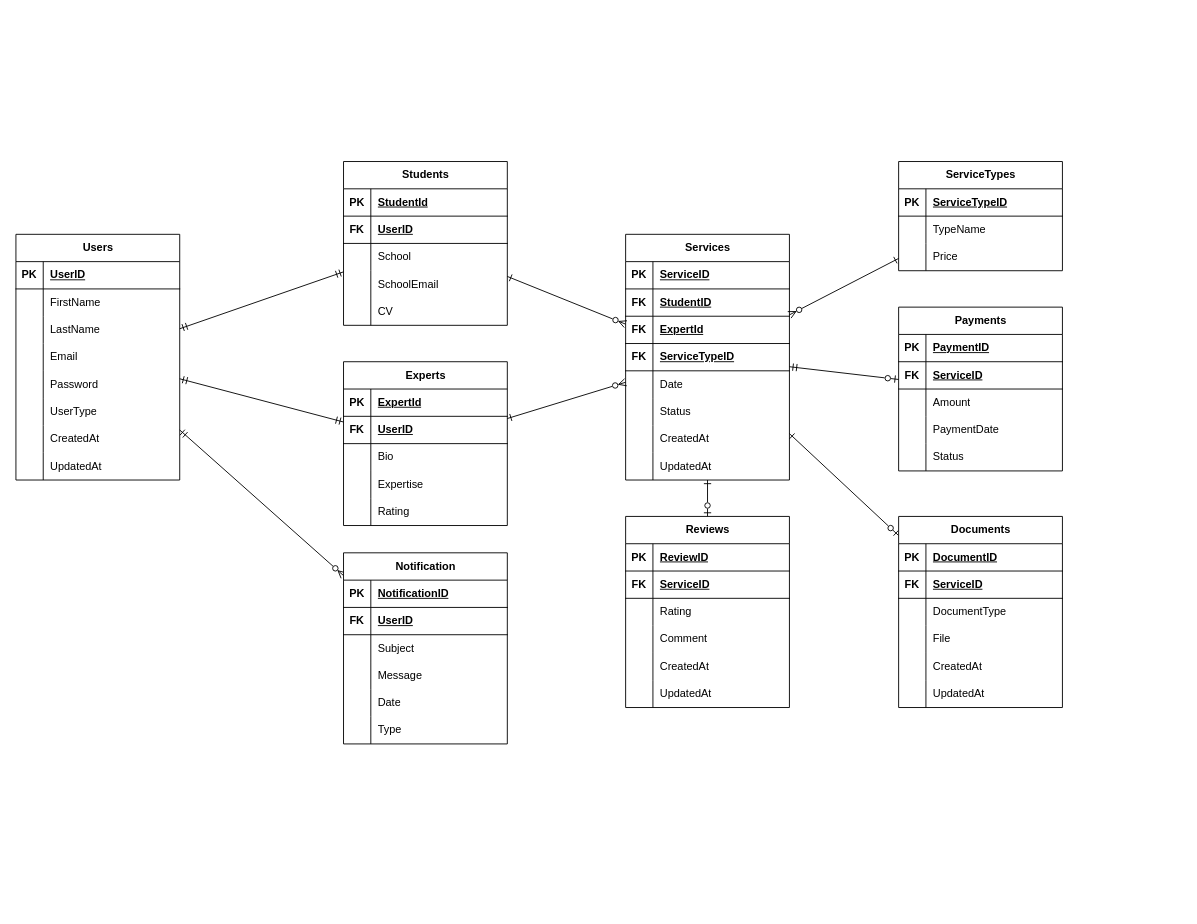
This is ERD.drawio from tamir-cqu/COIT20272, a draw.io file, before an edit. Source tidied: cells renumbered, new cells numbered last; positions are measured from the earlier drawing's top-left corner, leaving out a move shared by most shapes. Both pictures are drawn from the tidied source at 91%, with x=0, y=0 at pixel (15, 161).
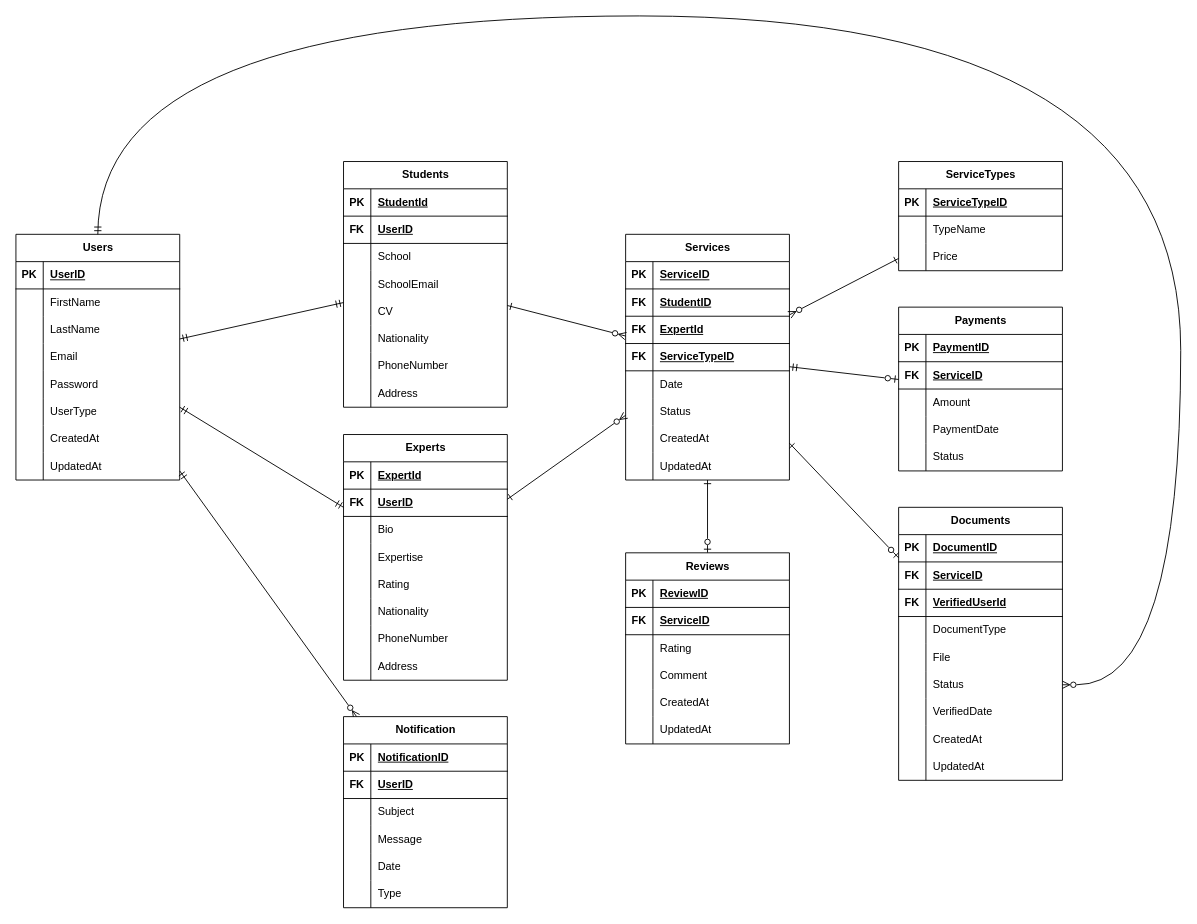
The same page after the edit.

Unchanged cells that the change refers to:
```xml
<mxCell id="2" value="Users" style="shape=table;startSize=30;childLayout=tableLayout;rowLines=0;fontStyle=1;align=center;html=1;" parent="1" vertex="1">
  <mxGeometry y="80" width="180" height="270" as="geometry" />
</mxCell>
```

What changed in the source:
```diff
@@
     <mxCell id="27" value="Experts" style="shape=table;startSize=30;childLayout=tableLayout;rowLines=0;fontStyle=1;align=center;html=1;" parent="1" vertex="1">
-      <mxGeometry x="360" y="220" width="180" height="180" as="geometry" />
+      <mxGeometry x="360" y="300" width="180" height="270" as="geometry" />
     </mxCell>
@@
+    <mxCell id="176" style="shape=tableRow;horizontal=0;startSize=0;swimlaneHead=0;swimlaneBody=0;fillColor=none;top=0;left=0;right=0;bottom=0;" parent="27" vertex="1">
+      <mxGeometry y="180" width="180" height="30" as="geometry" />
+    </mxCell>
+    <mxCell id="177" style="shape=partialRectangle;fillColor=none;top=0;left=0;bottom=0;right=0;overflow=hidden;whiteSpace=wrap;html=1;" parent="176" vertex="1">
+      <mxGeometry width="30" height="30" as="geometry" />
+    </mxCell>
+    <mxCell id="178" value="Nationality" style="shape=partialRectangle;fillColor=none;top=0;left=0;bottom=0;right=0;align=left;spacingLeft=6;overflow=hidden;whiteSpace=wrap;html=1;" parent="176" vertex="1">
+      <mxGeometry x="30" width="150" height="30" as="geometry" />
+    </mxCell>
+    <mxCell id="179" style="shape=tableRow;horizontal=0;startSize=0;swimlaneHead=0;swimlaneBody=0;fillColor=none;top=0;left=0;right=0;bottom=0;" parent="27" vertex="1">
+      <mxGeometry y="210" width="180" height="30" as="geometry" />
+    </mxCell>
+    <mxCell id="180" style="shape=partialRectangle;fillColor=none;top=0;left=0;bottom=0;right=0;overflow=hidden;whiteSpace=wrap;html=1;" parent="179" vertex="1">
+      <mxGeometry width="30" height="30" as="geometry" />
+    </mxCell>
+    <mxCell id="181" value="PhoneNumber" style="shape=partialRectangle;fillColor=none;top=0;left=0;bottom=0;right=0;align=left;spacingLeft=6;overflow=hidden;whiteSpace=wrap;html=1;" parent="179" vertex="1">
+      <mxGeometry x="30" width="150" height="30" as="geometry" />
+    </mxCell>
+    <mxCell id="182" style="shape=tableRow;horizontal=0;startSize=0;swimlaneHead=0;swimlaneBody=0;fillColor=none;top=0;left=0;right=0;bottom=0;" parent="27" vertex="1">
+      <mxGeometry y="240" width="180" height="30" as="geometry" />
+    </mxCell>
+    <mxCell id="183" style="shape=partialRectangle;fillColor=none;top=0;left=0;bottom=0;right=0;overflow=hidden;whiteSpace=wrap;html=1;" parent="182" vertex="1">
+      <mxGeometry width="30" height="30" as="geometry" />
+    </mxCell>
+    <mxCell id="184" value="Address" style="shape=partialRectangle;fillColor=none;top=0;left=0;bottom=0;right=0;align=left;spacingLeft=6;overflow=hidden;whiteSpace=wrap;html=1;" parent="182" vertex="1">
+      <mxGeometry x="30" width="150" height="30" as="geometry" />
+    </mxCell>
@@
     <mxCell id="45" value="Students" style="shape=table;startSize=30;childLayout=tableLayout;rowLines=0;fontStyle=1;align=center;html=1;" parent="1" vertex="1">
-      <mxGeometry x="360" width="180" height="180" as="geometry" />
+      <mxGeometry x="360" width="180" height="270" as="geometry" />
     </mxCell>
@@
+    <mxCell id="185" style="shape=tableRow;horizontal=0;startSize=0;swimlaneHead=0;swimlaneBody=0;fillColor=none;top=0;left=0;right=0;bottom=0;" parent="45" vertex="1">
+      <mxGeometry y="180" width="180" height="30" as="geometry" />
+    </mxCell>
+    <mxCell id="186" style="shape=partialRectangle;fillColor=none;top=0;left=0;bottom=0;right=0;overflow=hidden;whiteSpace=wrap;html=1;" parent="185" vertex="1">
+      <mxGeometry width="30" height="30" as="geometry" />
+    </mxCell>
+    <mxCell id="187" value="Nationality" style="shape=partialRectangle;fillColor=none;top=0;left=0;bottom=0;right=0;align=left;spacingLeft=6;overflow=hidden;whiteSpace=wrap;html=1;" parent="185" vertex="1">
+      <mxGeometry x="30" width="150" height="30" as="geometry" />
+    </mxCell>
+    <mxCell id="188" style="shape=tableRow;horizontal=0;startSize=0;swimlaneHead=0;swimlaneBody=0;fillColor=none;top=0;left=0;right=0;bottom=0;" parent="45" vertex="1">
+      <mxGeometry y="210" width="180" height="30" as="geometry" />
+    </mxCell>
+    <mxCell id="189" style="shape=partialRectangle;fillColor=none;top=0;left=0;bottom=0;right=0;overflow=hidden;whiteSpace=wrap;html=1;" parent="188" vertex="1">
+      <mxGeometry width="30" height="30" as="geometry" />
+    </mxCell>
+    <mxCell id="190" value="PhoneNumber" style="shape=partialRectangle;fillColor=none;top=0;left=0;bottom=0;right=0;align=left;spacingLeft=6;overflow=hidden;whiteSpace=wrap;html=1;" parent="188" vertex="1">
+      <mxGeometry x="30" width="150" height="30" as="geometry" />
+    </mxCell>
+    <mxCell id="191" style="shape=tableRow;horizontal=0;startSize=0;swimlaneHead=0;swimlaneBody=0;fillColor=none;top=0;left=0;right=0;bottom=0;" parent="45" vertex="1">
+      <mxGeometry y="240" width="180" height="30" as="geometry" />
+    </mxCell>
+    <mxCell id="192" style="shape=partialRectangle;fillColor=none;top=0;left=0;bottom=0;right=0;overflow=hidden;whiteSpace=wrap;html=1;" parent="191" vertex="1">
+      <mxGeometry width="30" height="30" as="geometry" />
+    </mxCell>
+    <mxCell id="193" value="Address" style="shape=partialRectangle;fillColor=none;top=0;left=0;bottom=0;right=0;align=left;spacingLeft=6;overflow=hidden;whiteSpace=wrap;html=1;" parent="191" vertex="1">
+      <mxGeometry x="30" width="150" height="30" as="geometry" />
+    </mxCell>
@@
     <mxCell id="119" value="Notification" style="shape=table;startSize=30;childLayout=tableLayout;rowLines=0;fontStyle=1;align=center;html=1;" parent="1" vertex="1">
-      <mxGeometry x="360" y="430" width="180" height="210" as="geometry" />
+      <mxGeometry x="360" y="610" width="180" height="210" as="geometry" />
     </mxCell>
@@
     <mxCell id="138" value="Reviews" style="shape=table;startSize=30;childLayout=tableLayout;rowLines=0;fontStyle=1;align=center;html=1;" parent="1" vertex="1">
-      <mxGeometry x="670" y="390" width="180" height="210" as="geometry" />
+      <mxGeometry x="670" y="430" width="180" height="210" as="geometry" />
     </mxCell>
@@
     <mxCell id="157" value="Documents" style="shape=table;startSize=30;childLayout=tableLayout;rowLines=0;fontStyle=1;align=center;html=1;" parent="1" vertex="1">
-      <mxGeometry x="970" y="390" width="180" height="210" as="geometry" />
+      <mxGeometry x="970" y="380" width="180" height="300" as="geometry" />
     </mxCell>
@@
+    <mxCell id="194" style="shape=tableRow;horizontal=0;startSize=0;swimlaneHead=0;swimlaneBody=0;fillColor=none;top=0;left=0;right=0;bottom=1;" parent="157" vertex="1">
+      <mxGeometry y="60" width="180" height="30" as="geometry" />
+    </mxCell>
+    <mxCell id="195" value="FK" style="shape=partialRectangle;fillColor=none;top=0;left=0;bottom=0;right=0;fontStyle=1;overflow=hidden;whiteSpace=wrap;html=1;" parent="194" vertex="1">
+      <mxGeometry width="30" height="30" as="geometry" />
+    </mxCell>
+    <mxCell id="196" value="ServiceID" style="shape=partialRectangle;fillColor=none;top=0;left=0;bottom=0;right=0;align=left;spacingLeft=6;fontStyle=5;overflow=hidden;whiteSpace=wrap;html=1;" parent="194" vertex="1">
+      <mxGeometry x="30" width="150" height="30" as="geometry" />
+    </mxCell>
     <mxCell id="161" style="shape=tableRow;horizontal=0;startSize=0;swimlaneHead=0;swimlaneBody=0;fillColor=none;top=0;left=0;right=0;bottom=1;" parent="157" vertex="1">
-      <mxGeometry y="60" width="180" height="30" as="geometry" />
+      <mxGeometry y="90" width="180" height="30" as="geometry" />
     </mxCell>
@@
-    <mxCell id="163" value="ServiceID" style="shape=partialRectangle;fillColor=none;top=0;left=0;bottom=0;right=0;align=left;spacingLeft=6;fontStyle=5;overflow=hidden;whiteSpace=wrap;html=1;" parent="161" vertex="1">
+    <mxCell id="163" value="VerifiedUserId" style="shape=partialRectangle;fillColor=none;top=0;left=0;bottom=0;right=0;align=left;spacingLeft=6;fontStyle=5;overflow=hidden;whiteSpace=wrap;html=1;" parent="161" vertex="1">
       <mxGeometry x="30" width="150" height="30" as="geometry" />
     </mxCell>
     <mxCell id="164" style="shape=tableRow;horizontal=0;startSize=0;swimlaneHead=0;swimlaneBody=0;fillColor=none;top=0;left=0;right=0;bottom=0;" parent="157" vertex="1">
-      <mxGeometry y="90" width="180" height="30" as="geometry" />
+      <mxGeometry y="120" width="180" height="30" as="geometry" />
     </mxCell>
@@
     <mxCell id="167" style="shape=tableRow;horizontal=0;startSize=0;swimlaneHead=0;swimlaneBody=0;fillColor=none;top=0;left=0;right=0;bottom=0;" parent="157" vertex="1">
-      <mxGeometry y="120" width="180" height="30" as="geometry" />
+      <mxGeometry y="150" width="180" height="30" as="geometry" />
     </mxCell>
@@
+    <mxCell id="197" style="shape=tableRow;horizontal=0;startSize=0;swimlaneHead=0;swimlaneBody=0;fillColor=none;points=[[0,0.5],[1,0.5]];portConstraint=eastwest;top=0;left=0;right=0;bottom=0;" parent="157" vertex="1">
+      <mxGeometry y="180" width="180" height="30" as="geometry" />
+    </mxCell>
+    <mxCell id="198" style="shape=partialRectangle;fillColor=none;top=0;left=0;bottom=0;right=0;overflow=hidden;whiteSpace=wrap;html=1;" parent="197" vertex="1">
+      <mxGeometry width="30" height="30" as="geometry" />
+    </mxCell>
+    <mxCell id="199" value="Status" style="shape=partialRectangle;fillColor=none;top=0;left=0;bottom=0;right=0;align=left;spacingLeft=6;overflow=hidden;whiteSpace=wrap;html=1;" parent="197" vertex="1">
+      <mxGeometry x="30" width="150" height="30" as="geometry" />
+    </mxCell>
+    <mxCell id="200" style="shape=tableRow;horizontal=0;startSize=0;swimlaneHead=0;swimlaneBody=0;fillColor=none;top=0;left=0;right=0;bottom=0;" parent="157" vertex="1">
+      <mxGeometry y="210" width="180" height="30" as="geometry" />
+    </mxCell>
+    <mxCell id="201" style="shape=partialRectangle;fillColor=none;top=0;left=0;bottom=0;right=0;overflow=hidden;whiteSpace=wrap;html=1;" parent="200" vertex="1">
+      <mxGeometry width="30" height="30" as="geometry" />
+    </mxCell>
+    <mxCell id="202" value="VerifiedDate" style="shape=partialRectangle;fillColor=none;top=0;left=0;bottom=0;right=0;align=left;spacingLeft=6;overflow=hidden;whiteSpace=wrap;html=1;" parent="200" vertex="1">
+      <mxGeometry x="30" width="150" height="30" as="geometry" />
+    </mxCell>
     <mxCell id="170" style="shape=tableRow;horizontal=0;startSize=0;swimlaneHead=0;swimlaneBody=0;fillColor=none;top=0;left=0;right=0;bottom=0;" parent="157" vertex="1">
-      <mxGeometry y="150" width="180" height="30" as="geometry" />
+      <mxGeometry y="240" width="180" height="30" as="geometry" />
     </mxCell>
@@
     <mxCell id="173" style="shape=tableRow;horizontal=0;startSize=0;swimlaneHead=0;swimlaneBody=0;fillColor=none;top=0;left=0;right=0;bottom=0;" parent="157" vertex="1">
-      <mxGeometry y="180" width="180" height="30" as="geometry" />
+      <mxGeometry y="270" width="180" height="30" as="geometry" />
     </mxCell>
@@
+    <mxCell id="203" style="edgeStyle=orthogonalEdgeStyle;rounded=0;jettySize=auto;html=1;entryDx=0;entryDy=0;curved=1;startArrow=ERzeroToMany;startFill=0;endArrow=ERmandOne;endFill=0;" parent="1" edge="1" source="197" target="2">
+      <mxGeometry relative="1" as="geometry">
+        <Array as="points">
+          <mxPoint x="1280" y="575" />
+          <mxPoint x="1280" y="-160" />
+          <mxPoint x="90" y="-160" />
+        </Array>
+      </mxGeometry>
+    </mxCell>
```
